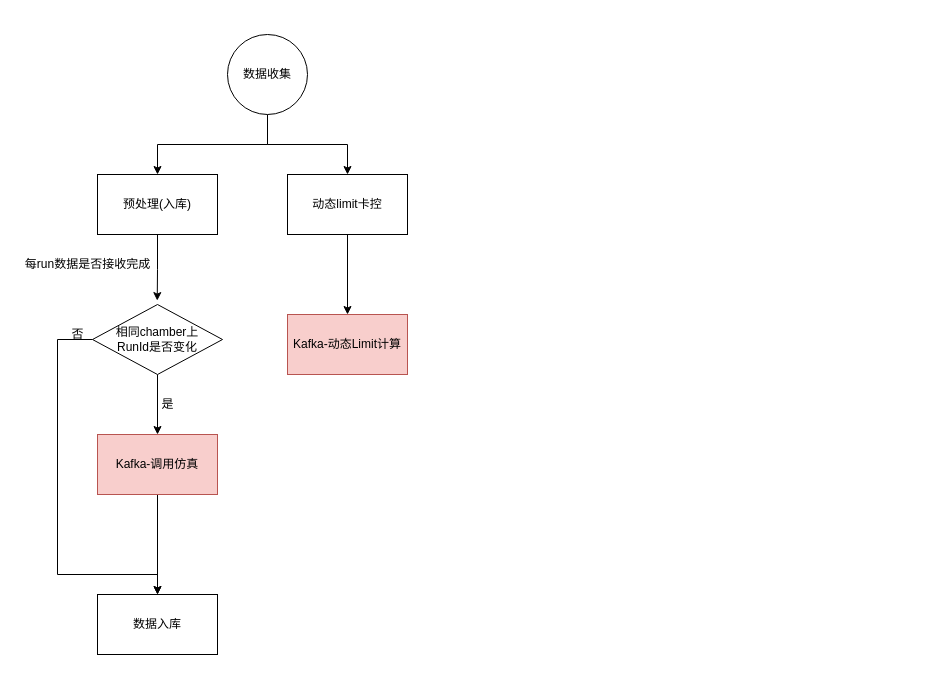
siyawu/commonUtils keeps this draw.io diagram as page "FDC数据基本流程" (1 of 2) of Untitled Diagram.drawio. Above is the earlier version. Source tidied: cells renumbered, new cells numbered last; positions are measured from the earlier drawing's top-left corner, leaving out a move shared by most shapes. Both pictures are drawn from the tidied source at 100%, with x=0, y=0 at pixel (17, 34).
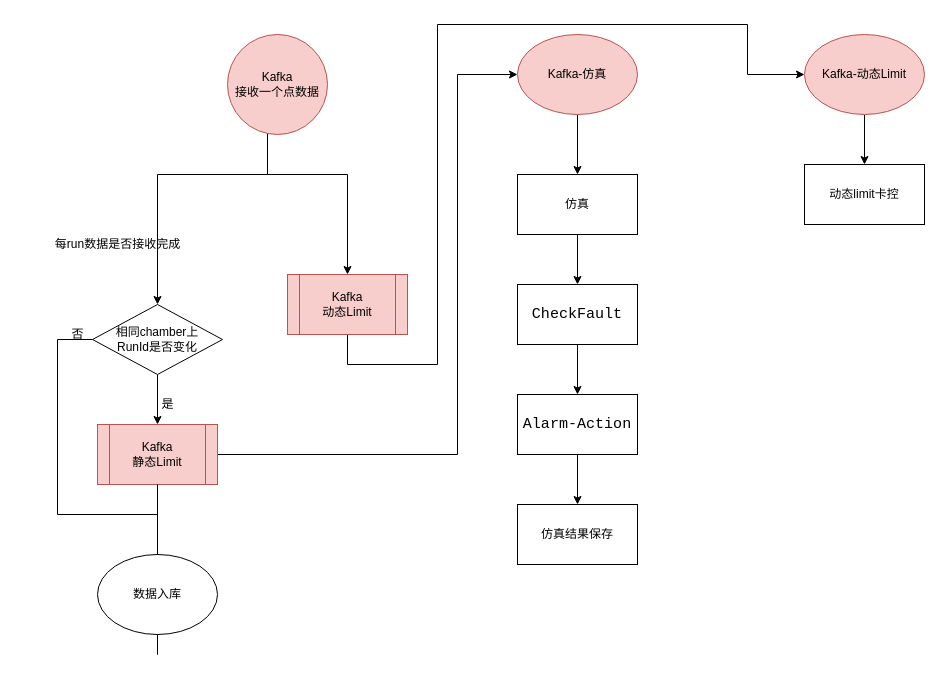
Above is the later version.

Unchanged cells that the change refers to:
```xml
<mxCell id="11" value="相同chamber上&lt;br&gt;RunId是否变化" style="rhombus;whiteSpace=wrap;html=1;" parent="1" vertex="1">
  <mxGeometry x="75" y="270" width="130" height="70" as="geometry" />
</mxCell>
```

What changed in the source:
```diff
@@
-    <mxCell id="2" style="edgeStyle=orthogonalEdgeStyle;rounded=0;jettySize=auto;html=1;entryX=0.5;entryY=0;entryDx=0;entryDy=0;fontColor=#000000;" parent="1" edge="1" source="4" target="6">
-      <mxGeometry relative="1" as="geometry">
-        <Array as="points">
-          <mxPoint x="250" y="110" />
-          <mxPoint x="140" y="110" />
-        </Array>
-      </mxGeometry>
-    </mxCell>
-    <mxCell id="3" style="edgeStyle=orthogonalEdgeStyle;rounded=0;jettySize=auto;html=1;entryX=0.5;entryY=0;entryDx=0;entryDy=0;fontColor=#000000;" parent="1" edge="1" source="4" target="8">
-      <mxGeometry relative="1" as="geometry" />
+    <mxCell id="3" style="edgeStyle=orthogonalEdgeStyle;rounded=0;jettySize=auto;html=1;entryX=0.5;entryY=0;entryDx=0;entryDy=0;fontColor=#000000;" parent="1" edge="1" source="4" target="33">
+      <mxGeometry relative="1" as="geometry">
+        <Array as="points">
+          <mxPoint x="250" y="140" />
+          <mxPoint x="330" y="140" />
+        </Array>
+      </mxGeometry>
     </mxCell>
+    <mxCell id="19" style="edgeStyle=orthogonalEdgeStyle;rounded=0;jettySize=auto;html=1;" parent="1" edge="1" source="4" target="11">
+      <mxGeometry relative="1" as="geometry">
+        <Array as="points">
+          <mxPoint x="250" y="140" />
+          <mxPoint x="140" y="140" />
+        </Array>
+      </mxGeometry>
+    </mxCell>
-    <mxCell id="4" value="数据收集" style="ellipse;whiteSpace=wrap;html=1;" parent="1" vertex="1">
-      <mxGeometry x="210" width="80" height="80" as="geometry" />
+    <mxCell id="4" value="Kafka&lt;br&gt;接收一个点数据" style="ellipse;whiteSpace=wrap;html=1;fillColor=#f8cecc;strokeColor=#b85450;" parent="1" vertex="1">
+      <mxGeometry x="210" width="100" height="100" as="geometry" />
     </mxCell>
-    <mxCell id="5" style="edgeStyle=orthogonalEdgeStyle;rounded=0;jettySize=auto;html=1;entryX=0.498;entryY=-0.056;entryDx=0;entryDy=0;entryPerimeter=0;fontColor=#000000;" parent="1" edge="1" source="6" target="11">
-      <mxGeometry relative="1" as="geometry" />
-    </mxCell>
-    <mxCell id="6" value="预处理(入库)" style="rounded=0;whiteSpace=wrap;html=1;" parent="1" vertex="1">
-      <mxGeometry x="80" y="140" width="120" height="60" as="geometry" />
-    </mxCell>
-    <mxCell id="7" style="edgeStyle=orthogonalEdgeStyle;rounded=0;jettySize=auto;html=1;fontColor=#000000;" parent="1" edge="1" source="8" target="18">
-      <mxGeometry relative="1" as="geometry" />
-    </mxCell>
-    <mxCell id="8" value="动态limit卡控" style="rounded=0;whiteSpace=wrap;html=1;" parent="1" vertex="1">
-      <mxGeometry x="270" y="140" width="120" height="60" as="geometry" />
-    </mxCell>
-    <mxCell id="9" style="edgeStyle=orthogonalEdgeStyle;rounded=0;jettySize=auto;html=1;entryX=0.5;entryY=0;entryDx=0;entryDy=0;fontColor=#000000;" parent="1" edge="1" source="11" target="12">
+    <mxCell id="9" style="edgeStyle=orthogonalEdgeStyle;rounded=0;jettySize=auto;html=1;entryX=0.5;entryY=0;entryDx=0;entryDy=0;fontColor=#000000;" parent="1" edge="1" source="11">
       <mxGeometry relative="1" as="geometry">
+        <mxPoint x="140" y="560" as="targetPoint" />
         <Array as="points">
           <mxPoint x="40" y="305" />
-          <mxPoint x="40" y="540" />
-          <mxPoint x="140" y="540" />
+          <mxPoint x="40" y="480" />
+          <mxPoint x="140" y="480" />
         </Array>
       </mxGeometry>
     </mxCell>
-    <mxCell id="10" style="edgeStyle=orthogonalEdgeStyle;rounded=0;jettySize=auto;html=1;entryX=0.5;entryY=0;entryDx=0;entryDy=0;fontColor=#000000;" parent="1" edge="1" source="11" target="16">
+    <mxCell id="10" style="edgeStyle=orthogonalEdgeStyle;rounded=0;jettySize=auto;html=1;entryX=0.5;entryY=0;entryDx=0;entryDy=0;fontColor=#000000;" parent="1" edge="1" source="11" target="34">
       <mxGeometry relative="1" as="geometry" />
     </mxCell>
@@
+    <mxCell id="13" value="否" style="text;html=1;align=center;verticalAlign=middle;strokeColor=none;fillColor=none;fontColor=#000000;" parent="1" vertex="1">
+      <mxGeometry x="45" y="290" width="30" height="20" as="geometry" />
+    </mxCell>
+    <mxCell id="15" style="edgeStyle=orthogonalEdgeStyle;rounded=0;jettySize=auto;html=1;fontColor=#000000;exitX=0.5;exitY=1;exitDx=0;exitDy=0;startArrow=none;" parent="1" edge="1" source="12">
+      <mxGeometry relative="1" as="geometry">
+        <mxPoint x="140" y="560" as="targetPoint" />
+      </mxGeometry>
+    </mxCell>
+    <mxCell id="20" style="edgeStyle=orthogonalEdgeStyle;rounded=0;jettySize=auto;html=1;entryX=0;entryY=0.5;entryDx=0;entryDy=0;exitX=1;exitY=0.5;exitDx=0;exitDy=0;" parent="1" edge="1" source="34" target="29">
+      <mxGeometry relative="1" as="geometry">
+        <Array as="points">
+          <mxPoint x="440" y="420" />
+          <mxPoint x="440" y="40" />
+        </Array>
+      </mxGeometry>
+    </mxCell>
+    <mxCell id="17" value="是" style="text;html=1;align=center;verticalAlign=middle;strokeColor=none;fillColor=none;fontColor=#000000;" parent="1" vertex="1">
+      <mxGeometry x="135" y="360" width="30" height="20" as="geometry" />
+    </mxCell>
+    <mxCell id="21" style="edgeStyle=orthogonalEdgeStyle;rounded=0;jettySize=auto;html=1;entryX=0.5;entryY=0;entryDx=0;entryDy=0;fontColor=#000000;" parent="1" edge="1" source="22" target="25">
+      <mxGeometry relative="1" as="geometry" />
+    </mxCell>
+    <mxCell id="22" value="仿真" style="rounded=0;whiteSpace=wrap;html=1;" parent="1" vertex="1">
+      <mxGeometry x="500" y="140" width="120" height="60" as="geometry" />
+    </mxCell>
+    <mxCell id="23" value="仿真结果保存" style="rounded=0;whiteSpace=wrap;html=1;" parent="1" vertex="1">
+      <mxGeometry x="500" y="470" width="120" height="60" as="geometry" />
+    </mxCell>
+    <mxCell id="24" style="edgeStyle=orthogonalEdgeStyle;rounded=0;jettySize=auto;html=1;fontColor=#000000;" parent="1" edge="1" source="25" target="27">
+      <mxGeometry relative="1" as="geometry" />
+    </mxCell>
+    <mxCell id="25" value="&lt;pre style=&quot;background-color: rgb(255 , 255 , 255) ; font-family: &amp;#34;jetbrains mono&amp;#34; , monospace ; font-size: 11.3pt&quot;&gt;CheckFault&lt;/pre&gt;" style="rounded=0;whiteSpace=wrap;html=1;" parent="1" vertex="1">
+      <mxGeometry x="500" y="250" width="120" height="60" as="geometry" />
+    </mxCell>
+    <mxCell id="26" style="edgeStyle=orthogonalEdgeStyle;rounded=0;jettySize=auto;html=1;entryX=0.5;entryY=0;entryDx=0;entryDy=0;fontColor=#000000;" parent="1" edge="1" source="27" target="23">
+      <mxGeometry relative="1" as="geometry" />
+    </mxCell>
+    <mxCell id="27" value="&lt;pre style=&quot;background-color: #ffffff ; color: #080808 ; font-family: &amp;#34;jetbrains mono&amp;#34; , monospace ; font-size: 11.3pt&quot;&gt;&lt;span style=&quot;color: #000000&quot;&gt;Alarm-Action&lt;/span&gt;&lt;/pre&gt;" style="rounded=0;whiteSpace=wrap;html=1;fontColor=#000000;" parent="1" vertex="1">
+      <mxGeometry x="500" y="360" width="120" height="60" as="geometry" />
+    </mxCell>
+    <mxCell id="28" style="edgeStyle=orthogonalEdgeStyle;rounded=0;jettySize=auto;html=1;fontColor=#000000;" parent="1" edge="1" source="29" target="22">
+      <mxGeometry relative="1" as="geometry" />
+    </mxCell>
+    <mxCell id="29" value="Kafka-仿真" style="ellipse;whiteSpace=wrap;html=1;fillColor=#f8cecc;strokeColor=#b85450;" parent="1" vertex="1">
+      <mxGeometry x="500" width="120" height="80" as="geometry" />
+    </mxCell>
+    <mxCell id="8" value="动态limit卡控" style="rounded=0;whiteSpace=wrap;html=1;" parent="1" vertex="1">
+      <mxGeometry x="787" y="130" width="120" height="60" as="geometry" />
+    </mxCell>
+    <mxCell id="30" style="edgeStyle=orthogonalEdgeStyle;rounded=0;jettySize=auto;html=1;entryX=0.5;entryY=0;entryDx=0;entryDy=0;" parent="1" edge="1" source="31" target="8">
+      <mxGeometry relative="1" as="geometry" />
+    </mxCell>
+    <mxCell id="31" value="Kafka-动态Limit" style="ellipse;whiteSpace=wrap;html=1;fillColor=#f8cecc;strokeColor=#b85450;" parent="1" vertex="1">
+      <mxGeometry x="787" width="120" height="80" as="geometry" />
+    </mxCell>
+    <mxCell id="32" style="edgeStyle=orthogonalEdgeStyle;rounded=0;jettySize=auto;html=1;entryX=0;entryY=0.5;entryDx=0;entryDy=0;" parent="1" edge="1" source="33" target="31">
+      <mxGeometry relative="1" as="geometry">
+        <Array as="points">
+          <mxPoint x="330" y="330" />
+          <mxPoint x="420" y="330" />
+          <mxPoint x="420" y="-10" />
+          <mxPoint x="730" y="-10" />
+          <mxPoint x="730" y="40" />
+        </Array>
+      </mxGeometry>
+    </mxCell>
+    <mxCell id="33" value="&lt;span&gt;Kafka&lt;br&gt;动态Limit&lt;/span&gt;" style="shape=process;whiteSpace=wrap;html=1;backgroundOutline=1;fillColor=#f8cecc;strokeColor=#b85450;" parent="1" vertex="1">
+      <mxGeometry x="270" y="240" width="120" height="60" as="geometry" />
+    </mxCell>
+    <mxCell id="34" value="&lt;span&gt;Kafka&lt;br&gt;静态Limit&lt;br&gt;&lt;/span&gt;" style="shape=process;whiteSpace=wrap;html=1;backgroundOutline=1;fillColor=#f8cecc;strokeColor=#b85450;" parent="1" vertex="1">
+      <mxGeometry x="80" y="390" width="120" height="60" as="geometry" />
+    </mxCell>
-    <mxCell id="12" value="数据入库" style="rounded=0;whiteSpace=wrap;html=1;" parent="1" vertex="1">
-      <mxGeometry x="80" y="560" width="120" height="60" as="geometry" />
+    <mxCell id="12" value="数据入库" style="ellipse;whiteSpace=wrap;html=1;" parent="1" vertex="1">
+      <mxGeometry x="80" y="520" width="120" height="80" as="geometry" />
     </mxCell>
-    <mxCell id="13" value="否" style="text;html=1;align=center;verticalAlign=middle;strokeColor=none;fillColor=none;fontColor=#000000;" parent="1" vertex="1">
-      <mxGeometry x="45" y="290" width="30" height="20" as="geometry" />
-    </mxCell>
+    <mxCell id="35" style="edgeStyle=orthogonalEdgeStyle;rounded=0;jettySize=auto;html=1;fontColor=#000000;exitX=0.5;exitY=1;exitDx=0;exitDy=0;endArrow=none;" parent="1" edge="1" source="34" target="12">
+      <mxGeometry relative="1" as="geometry" />
+    </mxCell>
     <mxCell id="14" value="每run数据是否接收完成" style="text;html=1;align=center;verticalAlign=middle;strokeColor=none;fillColor=none;" parent="1" vertex="1">
-      <mxGeometry y="220" width="140" height="20" as="geometry" />
+      <mxGeometry x="30" y="200" width="140" height="20" as="geometry" />
     </mxCell>
-    <mxCell id="15" style="edgeStyle=orthogonalEdgeStyle;rounded=0;jettySize=auto;html=1;fontColor=#000000;" parent="1" edge="1" source="16" target="12">
-      <mxGeometry relative="1" as="geometry" />
-    </mxCell>
-    <mxCell id="16" value="Kafka-调用仿真" style="rounded=0;whiteSpace=wrap;html=1;fillColor=#f8cecc;strokeColor=#b85450;" parent="1" vertex="1">
-      <mxGeometry x="80" y="400" width="120" height="60" as="geometry" />
-    </mxCell>
-    <mxCell id="17" value="是" style="text;html=1;align=center;verticalAlign=middle;strokeColor=none;fillColor=none;fontColor=#000000;" parent="1" vertex="1">
-      <mxGeometry x="135" y="360" width="30" height="20" as="geometry" />
-    </mxCell>
-    <mxCell id="18" value="Kafka-动态Limit计算" style="whiteSpace=wrap;html=1;rounded=0;fillColor=#f8cecc;strokeColor=#b85450;" parent="1" vertex="1">
-      <mxGeometry x="270" y="280" width="120" height="60" as="geometry" />
-    </mxCell>
```
